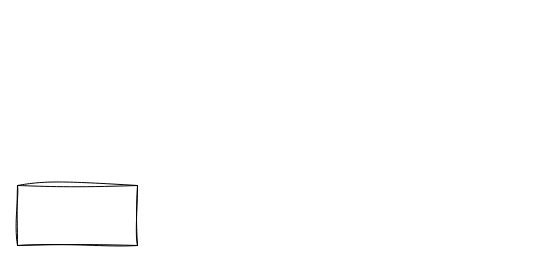
The draw.io diagram gpt_academic.drawio in TryLoveCatch/charts, before the edit. Source tidied: cells renumbered, new cells numbered last; positions are measured from the earlier drawing's top-left corner, leaving out a move shared by most shapes. Both pictures are drawn from the tidied source at 100%, with x=0, y=0 at pixel (17, 185).
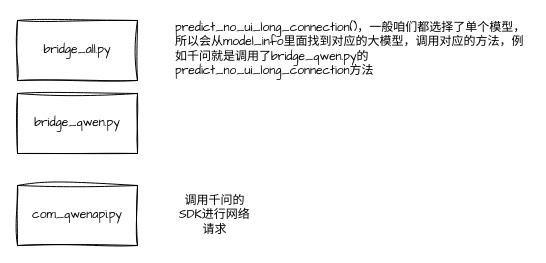
The same page after the edit.

What changed in the source:
```diff
@@
 <mxGraphModel>
   <root>
     <mxCell id="0" />
     <mxCell id="1" parent="0" />
-    <mxCell id="2" style="rounded=0;whiteSpace=wrap;html=1;sketch=1;curveFitting=1;jiggle=2;fontFamily=Comic Sans MS;" parent="1" vertex="1">
+    <mxCell id="2" value="com_qwenapi.py" style="rounded=0;whiteSpace=wrap;html=1;sketch=1;curveFitting=1;jiggle=2;fontFamily=Comic Sans MS;" parent="1" vertex="1">
       <mxGeometry width="120" height="60" as="geometry" />
     </mxCell>
+    <mxCell id="3" value="调用千问的SDK进行网络请求" style="text;html=1;align=center;verticalAlign=middle;whiteSpace=wrap;rounded=0;fontFamily=Comic Sans MS;fontSize=12;fontColor=default;" parent="1" vertex="1">
+      <mxGeometry x="156" y="8.5" width="83" height="43" as="geometry" />
+    </mxCell>
+    <mxCell id="4" value="bridge_qwen.py" style="rounded=0;whiteSpace=wrap;html=1;sketch=1;curveFitting=1;jiggle=2;fontFamily=Comic Sans MS;" parent="1" vertex="1">
+      <mxGeometry y="-92" width="120" height="60" as="geometry" />
+    </mxCell>
+    <mxCell id="5" value="bridge_all.py" style="rounded=0;whiteSpace=wrap;html=1;sketch=1;curveFitting=1;jiggle=2;fontFamily=Comic Sans MS;" parent="1" vertex="1">
+      <mxGeometry y="-165" width="120" height="60" as="geometry" />
+    </mxCell>
+    <mxCell id="6" value="predict_no_ui_long_connection()，一般咱们都选择了单个模型，所以会从model_info里面找到对应的大模型，调用对应的方法，例如千问就是调用了&lt;span style=&quot;text-align: center;&quot;&gt;bridge_qwen.py的&lt;/span&gt;predict_no_ui_long_connection方法" style="text;html=1;align=left;verticalAlign=middle;whiteSpace=wrap;rounded=0;fontFamily=Comic Sans MS;fontSize=12;fontColor=default;" parent="1" vertex="1">
+      <mxGeometry x="156" y="-168" width="355" height="63" as="geometry" />
+    </mxCell>
   </root>
 </mxGraphModel>
```
